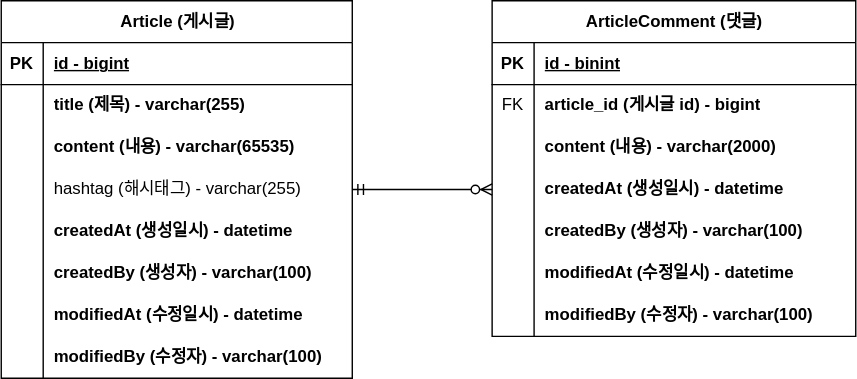
bonggyoson/Toy-project-board keeps this draw.io diagram as document/project-board-erd.svg. Above is the earlier version. Source tidied: cells renumbered, new cells last; positions are measured from the earlier drawing's top-left corner, leaving out a move shared by most shapes.
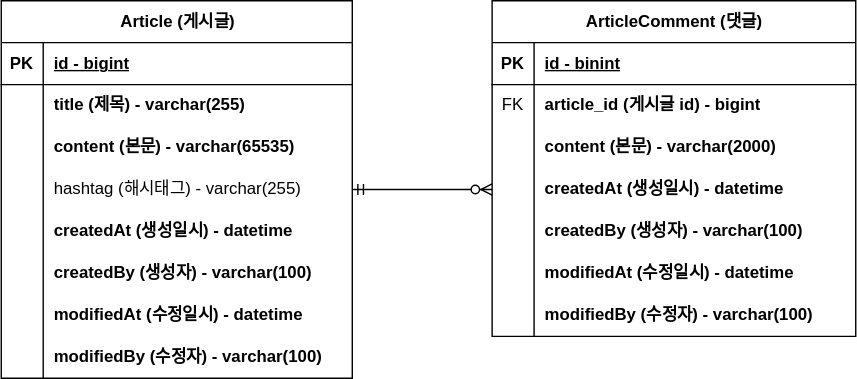
After the commit.

Commit message:
#11 - erd 주석 없데이트 : project-board-erd.svg

The edit, as a diff of the source:
```diff
@@ -39,7 +39,7 @@
     <mxCell id="12" style="shape=partialRectangle;fillColor=none;top=0;left=0;bottom=0;right=0;overflow=hidden;whiteSpace=wrap;html=1;" parent="11" vertex="1">
       <mxGeometry width="30" height="30" as="geometry" />
     </mxCell>
-    <mxCell id="13" value="content (내용) - varchar(65535)" style="shape=partialRectangle;fillColor=none;top=0;left=0;bottom=0;right=0;align=left;spacingLeft=6;overflow=hidden;whiteSpace=wrap;html=1;fontStyle=1;" parent="11" vertex="1">
+    <mxCell id="13" value="content (본문) - varchar(65535)" style="shape=partialRectangle;fillColor=none;top=0;left=0;bottom=0;right=0;align=left;spacingLeft=6;overflow=hidden;whiteSpace=wrap;html=1;fontStyle=1;" parent="11" vertex="1">
       <mxGeometry x="30" width="221" height="30" as="geometry" />
     </mxCell>
     <mxCell id="14" style="shape=tableRow;horizontal=0;startSize=0;swimlaneHead=0;swimlaneBody=0;fillColor=none;points=[[0,0.5],[1,0.5]];portConstraint=eastwest;top=0;left=0;right=0;bottom=0;" parent="4" vertex="1">
@@ -114,7 +114,7 @@
     <mxCell id="37" style="shape=partialRectangle;fillColor=none;top=0;left=0;bottom=0;right=0;overflow=hidden;whiteSpace=wrap;html=1;" parent="36" vertex="1">
       <mxGeometry width="30" height="30" as="geometry" />
     </mxCell>
-    <mxCell id="38" value="content (내용) - varchar(2000)" style="shape=partialRectangle;fillColor=none;top=0;left=0;bottom=0;right=0;align=left;spacingLeft=6;overflow=hidden;whiteSpace=wrap;html=1;fontStyle=1;" parent="36" vertex="1">
+    <mxCell id="38" value="content (본문) - varchar(2000)" style="shape=partialRectangle;fillColor=none;top=0;left=0;bottom=0;right=0;align=left;spacingLeft=6;overflow=hidden;whiteSpace=wrap;html=1;fontStyle=1;" parent="36" vertex="1">
       <mxGeometry x="30" width="230" height="30" as="geometry" />
     </mxCell>
     <mxCell id="39" style="shape=tableRow;horizontal=0;startSize=0;swimlaneHead=0;swimlaneBody=0;fillColor=none;points=[[0,0.5],[1,0.5]];portConstraint=eastwest;top=0;left=0;right=0;bottom=0;" parent="29" vertex="1">
```
